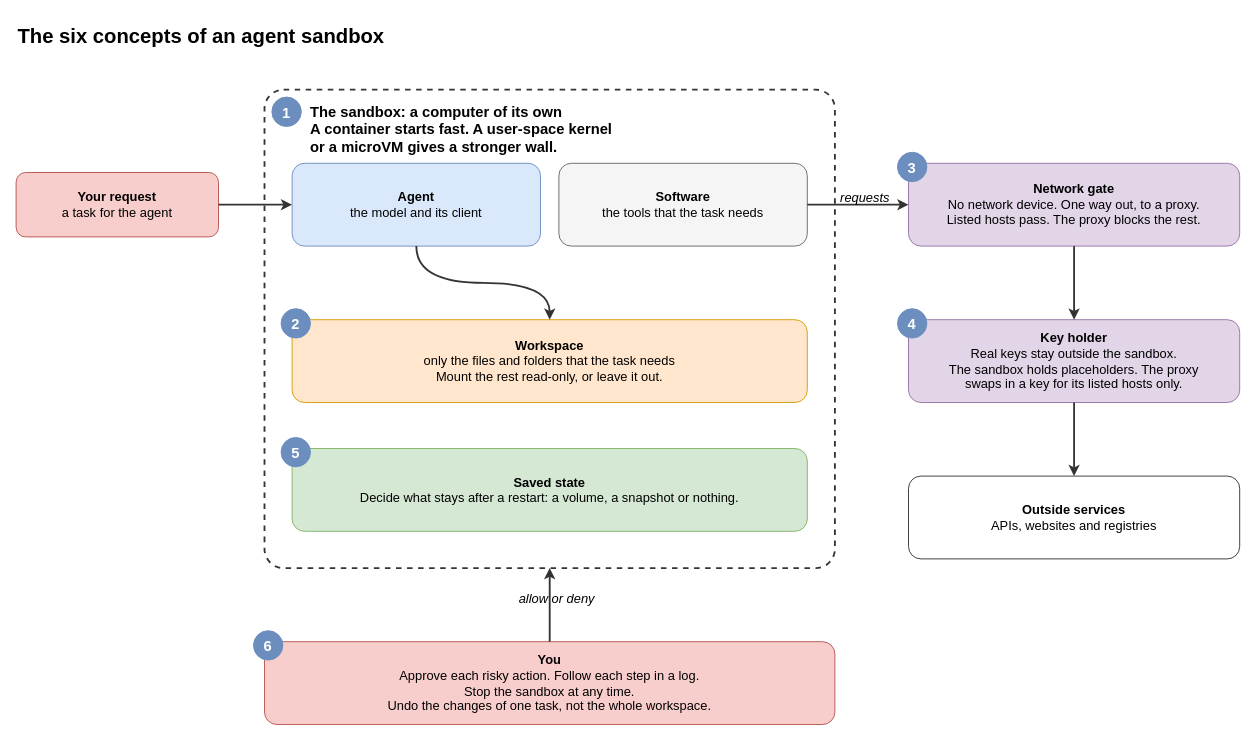
Before: .sandbox/docs/diagrams/concepts.drawio in raghav19/engineersdaybook, a draw.io diagram. Source tidied: cells renumbered, new cells numbered last; positions are measured from the earlier drawing's top-left corner, leaving out a move shared by most shapes. Both pictures are drawn from the tidied source at 92%, with x=0, y=0 at pixel (16, 16).
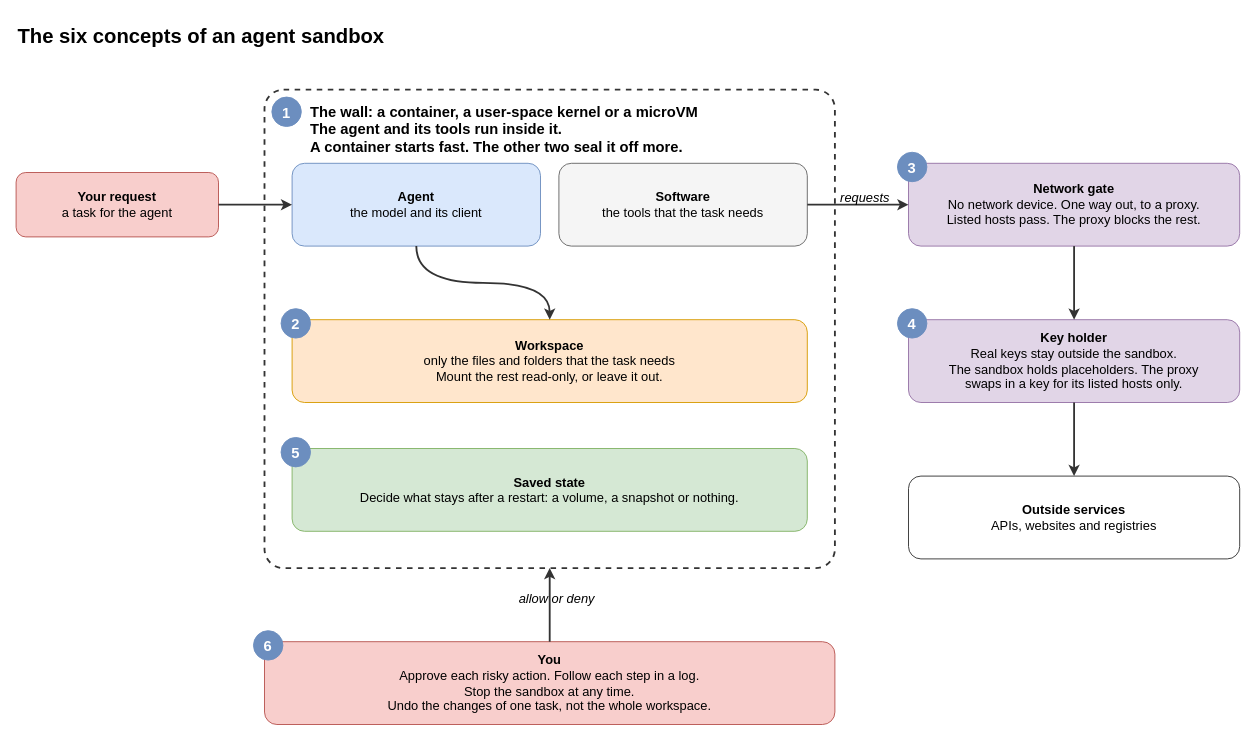
The same page after the edit.

Commit message (it also covers changes not shown here):
sandbox: show box 1 of the concepts diagram as the wall

Diff of the diagram source:
```diff
@@
-    <mxCell id="3" value="The sandbox: a computer of its own&#10;A container starts fast. A user-space kernel&#10;or a microVM gives a stronger wall." style="rounded=1;arcSize=4;dashed=1;whiteSpace=wrap;html=0;fontSize=16;fillColor=#ffffff;strokeColor=#333333;strokeWidth=2;align=left;spacingLeft=48;fontStyle=1;verticalAlign=top;spacingTop=8;" parent="1" vertex="1">
+    <mxCell id="3" value="The wall: a container, a user-space kernel or a microVM&#10;The agent and its tools run inside it.&#10;A container starts fast. The other two seal it off more." style="rounded=1;arcSize=4;dashed=1;whiteSpace=wrap;html=0;fontSize=16;fillColor=#ffffff;strokeColor=#333333;strokeWidth=2;align=left;spacingLeft=48;fontStyle=1;verticalAlign=top;spacingTop=8;" parent="1" vertex="1">
       <mxGeometry x="270" y="80" width="620" height="520" as="geometry" />
     </mxCell>
```
